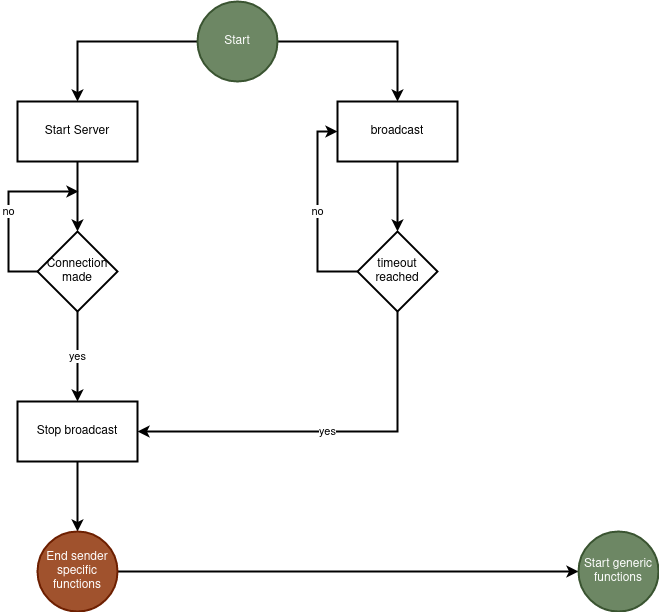
Earlier version of the draw.io export application flow.drawio.png (321swift/swift). Source tidied: cells renumbered, new cells last; positions are measured from the earlier drawing's top-left corner, leaving out a move shared by most shapes.
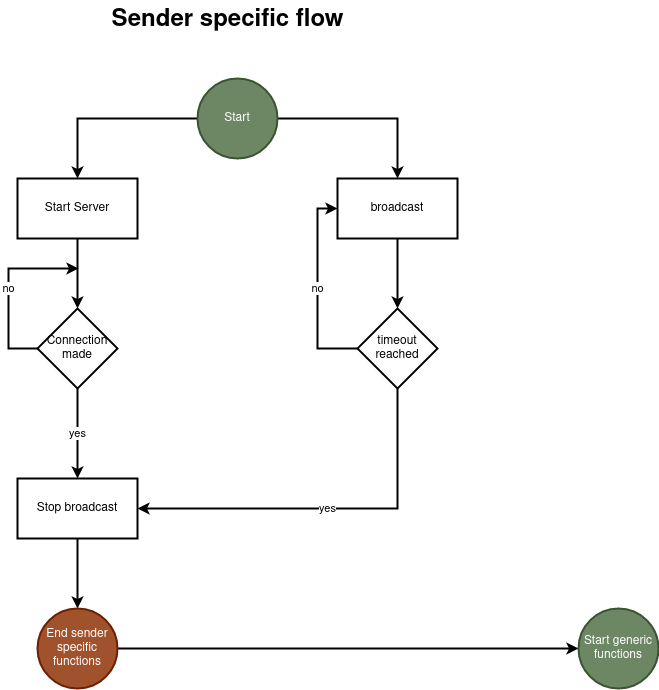
The same diagram one commit later.

Commit message:
Include title for diagram section

The edit, as a diff of the source:
```diff
@@ -72,5 +72,8 @@
     <mxCell id="19" value="Start generic functions" style="ellipse;whiteSpace=wrap;html=1;fillColor=#6d8764;strokeColor=#3A5431;fontColor=#ffffff;strokeWidth=2;" parent="1" vertex="1">
       <mxGeometry x="570" y="530" width="80" height="80" as="geometry" />
     </mxCell>
+    <mxCell id="20" value="Sender specific flow" style="text;strokeColor=none;fillColor=none;html=1;fontSize=24;fontStyle=1;verticalAlign=middle;align=center;" parent="1" vertex="1">
+      <mxGeometry x="169" y="-78" width="100" height="40" as="geometry" />
+    </mxCell>
   </root>
 </mxGraphModel>
```
